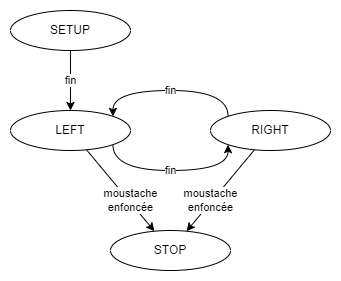
The draw.io diagram docs/images/p7/fsm_multi.drawio.png in physcrowley/Robotique, before a commit. Source tidied: cells renumbered, new cells last; positions are measured from the earlier drawing's top-left corner, leaving out a move shared by most shapes. The source it was exported from:
```xml
<mxGraphModel>
  <root>
    <mxCell id="0" />
    <mxCell id="1" parent="0" />
    <mxCell id="2" style="rounded=1;whiteSpace=wrap;html=1;strokeColor=none;" parent="1" vertex="1">
      <mxGeometry width="340" height="280" as="geometry" />
    </mxCell>
    <mxCell id="3" value="fin" style="edgeStyle=none;html=1;" parent="1" edge="1" source="4" target="7">
      <mxGeometry relative="1" as="geometry" />
    </mxCell>
    <mxCell id="4" value="SETUP" style="ellipse;whiteSpace=wrap;html=1;" parent="1" vertex="1">
      <mxGeometry x="10" y="10" width="120" height="40" as="geometry" />
    </mxCell>
    <mxCell id="5" value="fin" style="edgeStyle=orthogonalEdgeStyle;html=1;curved=1;exitX=1;exitY=1;exitDx=0;exitDy=0;entryX=0;entryY=1;entryDx=0;entryDy=0;" parent="1" edge="1" source="7" target="10">
      <mxGeometry relative="1" as="geometry">
        <Array as="points">
          <mxPoint x="112" y="170" />
          <mxPoint x="228" y="170" />
        </Array>
      </mxGeometry>
    </mxCell>
    <mxCell id="6" value="moustache&lt;br&gt;enfoncée" style="html=1;" parent="1" edge="1" source="7" target="11">
      <mxGeometry x="0.27" y="1" relative="1" as="geometry" />
    </mxCell>
    <mxCell id="7" value="LEFT" style="ellipse;whiteSpace=wrap;html=1;" parent="1" vertex="1">
      <mxGeometry x="10" y="110" width="120" height="40" as="geometry" />
    </mxCell>
    <mxCell id="8" value="moustache&lt;br&gt;enfoncée" style="edgeStyle=none;html=1;" parent="1" edge="1" source="10" target="11">
      <mxGeometry x="0.27" y="-1" relative="1" as="geometry" />
    </mxCell>
    <mxCell id="9" value="fin" style="edgeStyle=orthogonalEdgeStyle;curved=1;html=1;exitX=0;exitY=0;exitDx=0;exitDy=0;entryX=1;entryY=0;entryDx=0;entryDy=0;" parent="1" edge="1" source="10" target="7">
      <mxGeometry relative="1" as="geometry">
        <Array as="points">
          <mxPoint x="228" y="90" />
          <mxPoint x="112" y="90" />
        </Array>
      </mxGeometry>
    </mxCell>
    <mxCell id="10" value="RIGHT" style="ellipse;whiteSpace=wrap;html=1;" parent="1" vertex="1">
      <mxGeometry x="210" y="110" width="120" height="40" as="geometry" />
    </mxCell>
    <mxCell id="11" value="STOP" style="ellipse;whiteSpace=wrap;html=1;" parent="1" vertex="1">
      <mxGeometry x="110" y="230" width="120" height="40" as="geometry" />
    </mxCell>
  </root>
</mxGraphModel>
```
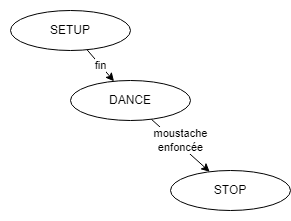
After the change.

Diff of the diagram source:
```diff
@@ -3,7 +3,7 @@
     <mxCell id="0" />
     <mxCell id="1" parent="0" />
     <mxCell id="2" style="rounded=1;whiteSpace=wrap;html=1;strokeColor=none;" parent="1" vertex="1">
-      <mxGeometry width="340" height="280" as="geometry" />
+      <mxGeometry width="290" height="220" as="geometry" />
     </mxCell>
     <mxCell id="3" value="fin" style="edgeStyle=none;html=1;" parent="1" edge="1" source="4" target="7">
       <mxGeometry relative="1" as="geometry" />
@@ -11,36 +11,14 @@
     <mxCell id="4" value="SETUP" style="ellipse;whiteSpace=wrap;html=1;" parent="1" vertex="1">
       <mxGeometry x="10" y="10" width="120" height="40" as="geometry" />
     </mxCell>
-    <mxCell id="5" value="fin" style="edgeStyle=orthogonalEdgeStyle;html=1;curved=1;exitX=1;exitY=1;exitDx=0;exitDy=0;entryX=0;entryY=1;entryDx=0;entryDy=0;" parent="1" edge="1" source="7" target="10">
-      <mxGeometry relative="1" as="geometry">
-        <Array as="points">
-          <mxPoint x="112" y="170" />
-          <mxPoint x="228" y="170" />
-        </Array>
-      </mxGeometry>
-    </mxCell>
     <mxCell id="6" value="moustache&lt;br&gt;enfoncée" style="html=1;" parent="1" edge="1" source="7" target="11">
-      <mxGeometry x="0.27" y="1" relative="1" as="geometry" />
+      <mxGeometry x="-0.09" y="4" relative="1" as="geometry" />
     </mxCell>
-    <mxCell id="7" value="LEFT" style="ellipse;whiteSpace=wrap;html=1;" parent="1" vertex="1">
-      <mxGeometry x="10" y="110" width="120" height="40" as="geometry" />
+    <mxCell id="7" value="DANCE" style="ellipse;whiteSpace=wrap;html=1;" parent="1" vertex="1">
+      <mxGeometry x="70" y="80" width="120" height="40" as="geometry" />
     </mxCell>
-    <mxCell id="8" value="moustache&lt;br&gt;enfoncée" style="edgeStyle=none;html=1;" parent="1" edge="1" source="10" target="11">
-      <mxGeometry x="0.27" y="-1" relative="1" as="geometry" />
-    </mxCell>
-    <mxCell id="9" value="fin" style="edgeStyle=orthogonalEdgeStyle;curved=1;html=1;exitX=0;exitY=0;exitDx=0;exitDy=0;entryX=1;entryY=0;entryDx=0;entryDy=0;" parent="1" edge="1" source="10" target="7">
-      <mxGeometry relative="1" as="geometry">
-        <Array as="points">
-          <mxPoint x="228" y="90" />
-          <mxPoint x="112" y="90" />
-        </Array>
-      </mxGeometry>
-    </mxCell>
-    <mxCell id="10" value="RIGHT" style="ellipse;whiteSpace=wrap;html=1;" parent="1" vertex="1">
-      <mxGeometry x="210" y="110" width="120" height="40" as="geometry" />
-    </mxCell>
     <mxCell id="11" value="STOP" style="ellipse;whiteSpace=wrap;html=1;" parent="1" vertex="1">
-      <mxGeometry x="110" y="230" width="120" height="40" as="geometry" />
+      <mxGeometry x="170" y="170" width="120" height="40" as="geometry" />
     </mxCell>
   </root>
 </mxGraphModel>
```
